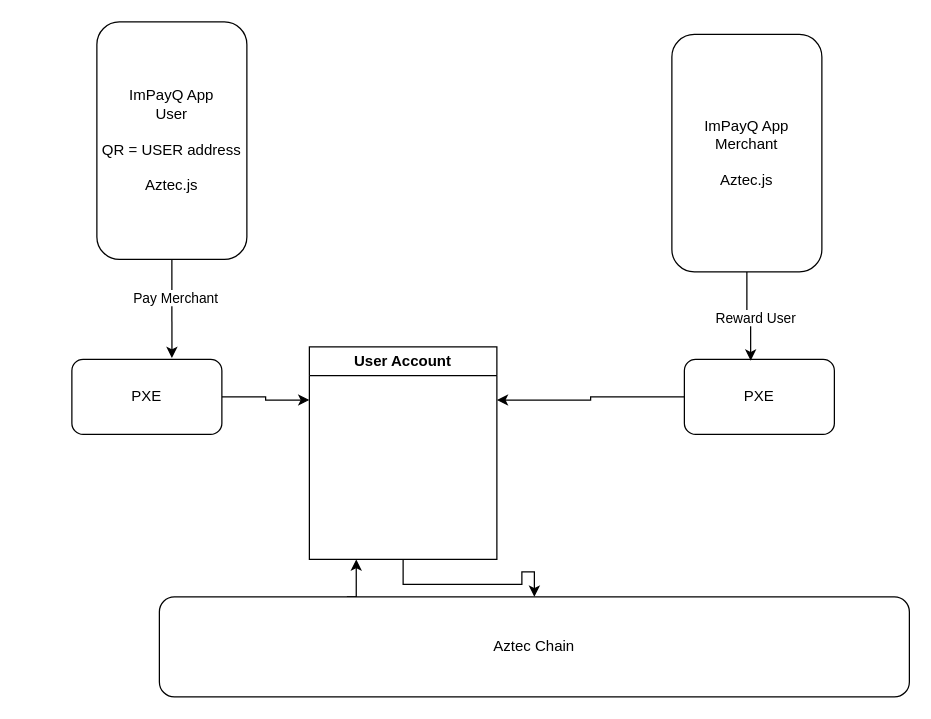
Above: ImPayQ.drawio in ChanX21/Diagrams (draw.io), before the change. Source tidied: cells renumbered, new cells numbered last; positions are measured from the earlier drawing's top-left corner, leaving out a move shared by most shapes. Both pictures are drawn from the tidied source at 125%, with x=0, y=0 at pixel (71, 21).
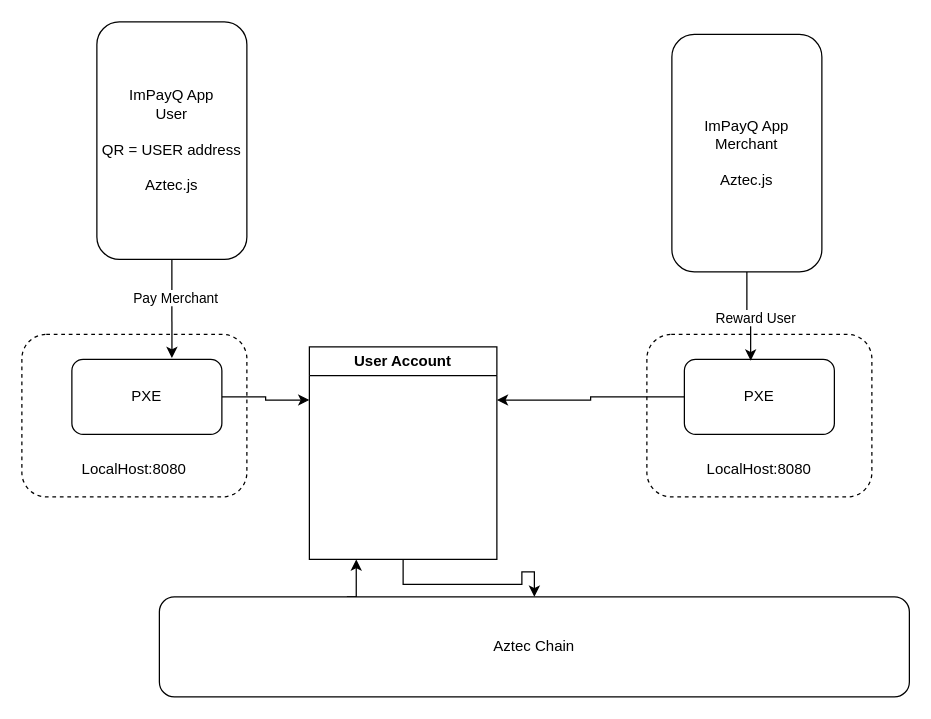
After the change.

What changed in the source:
```diff
@@
 <mxGraphModel>
   <root>
     <mxCell id="0" />
     <mxCell id="1" parent="0" />
+    <mxCell id="16" value="&lt;div&gt;&lt;br&gt;&lt;/div&gt;&lt;div&gt;&lt;br&gt;&lt;/div&gt;&lt;div&gt;&lt;br&gt;&lt;/div&gt;&lt;div&gt;&lt;br&gt;&lt;/div&gt;&lt;div&gt;&lt;br&gt;&lt;/div&gt;&lt;div&gt;&lt;br&gt;&lt;/div&gt;&lt;div&gt;LocalHost:8080&lt;/div&gt;" style="rounded=1;whiteSpace=wrap;html=1;dashed=1;" parent="1" vertex="1">
+      <mxGeometry x="460" y="250" width="180" height="130" as="geometry" />
+    </mxCell>
+    <mxCell id="17" value="&lt;div&gt;&lt;br&gt;&lt;/div&gt;&lt;div&gt;&lt;br&gt;&lt;/div&gt;&lt;div&gt;&lt;br&gt;&lt;/div&gt;&lt;div&gt;&lt;br&gt;&lt;/div&gt;&lt;div&gt;&lt;br&gt;&lt;/div&gt;&lt;div&gt;&lt;br&gt;&lt;/div&gt;&lt;div&gt;LocalHost:8080&lt;/div&gt;" style="rounded=1;whiteSpace=wrap;html=1;dashed=1;" parent="1" vertex="1">
+      <mxGeometry x="-40" y="250" width="180" height="130" as="geometry" />
+    </mxCell>
     <mxCell id="2" value="ImPayQ App&lt;div&gt;User&lt;br&gt;&lt;/div&gt;&lt;div&gt;&lt;br&gt;&lt;/div&gt;&lt;div&gt;QR = USER address&lt;/div&gt;&lt;div&gt;&lt;br&gt;&lt;/div&gt;&lt;div&gt;Aztec.js&lt;/div&gt;" style="rounded=1;whiteSpace=wrap;html=1;" parent="1" vertex="1">
       <mxGeometry x="20" width="120" height="190" as="geometry" />
     </mxCell>
     <mxCell id="3" value="ImPayQ App&lt;div&gt;Merchant&lt;/div&gt;&lt;div&gt;&lt;br&gt;&lt;/div&gt;&lt;div&gt;Aztec.js&lt;/div&gt;" style="rounded=1;whiteSpace=wrap;html=1;" parent="1" vertex="1">
       <mxGeometry x="480" y="10" width="120" height="190" as="geometry" />
     </mxCell>
     <mxCell id="4" style="edgeStyle=orthogonalEdgeStyle;rounded=0;jettySize=auto;html=1;exitX=0.25;exitY=0;exitDx=0;exitDy=0;entryX=0.25;entryY=1;entryDx=0;entryDy=0;" parent="1" edge="1" source="5" target="7">
       <mxGeometry relative="1" as="geometry" />
     </mxCell>
     <mxCell id="5" value="Aztec Chain" style="rounded=1;whiteSpace=wrap;html=1;" parent="1" vertex="1">
       <mxGeometry x="70" y="460" width="600" height="80" as="geometry" />
     </mxCell>
     <mxCell id="6" style="edgeStyle=orthogonalEdgeStyle;rounded=0;jettySize=auto;html=1;" parent="1" edge="1" source="7" target="5">
       <mxGeometry relative="1" as="geometry" />
     </mxCell>
     <mxCell id="7" value="User Account" style="swimlane;whiteSpace=wrap;html=1;" parent="1" vertex="1">
       <mxGeometry x="190" y="260" width="150" height="170" as="geometry" />
     </mxCell>
     <mxCell id="8" style="edgeStyle=orthogonalEdgeStyle;rounded=0;jettySize=auto;html=1;exitX=1;exitY=0.5;exitDx=0;exitDy=0;entryX=0;entryY=0.25;entryDx=0;entryDy=0;" parent="1" edge="1" source="9" target="7">
       <mxGeometry relative="1" as="geometry" />
     </mxCell>
     <mxCell id="9" value="PXE" style="rounded=1;whiteSpace=wrap;html=1;" parent="1" vertex="1">
       <mxGeometry y="270" width="120" height="60" as="geometry" />
     </mxCell>
     <mxCell id="10" style="edgeStyle=orthogonalEdgeStyle;rounded=0;jettySize=auto;html=1;exitX=0;exitY=0.5;exitDx=0;exitDy=0;entryX=1;entryY=0.25;entryDx=0;entryDy=0;" parent="1" edge="1" source="11" target="7">
       <mxGeometry relative="1" as="geometry" />
     </mxCell>
     <mxCell id="11" value="PXE" style="rounded=1;whiteSpace=wrap;html=1;" parent="1" vertex="1">
       <mxGeometry x="490" y="270" width="120" height="60" as="geometry" />
     </mxCell>
     <mxCell id="12" style="edgeStyle=orthogonalEdgeStyle;rounded=0;jettySize=auto;html=1;exitX=0.5;exitY=1;exitDx=0;exitDy=0;entryX=0.667;entryY=-0.017;entryDx=0;entryDy=0;entryPerimeter=0;" parent="1" edge="1" source="2" target="9">
       <mxGeometry relative="1" as="geometry" />
     </mxCell>
     <mxCell id="13" value="Pay Merchant" style="edgeLabel;html=1;align=center;verticalAlign=middle;" parent="12" vertex="1">
       <mxGeometry x="-0.21" y="2" relative="1" as="geometry" />
     </mxCell>
     <mxCell id="14" style="edgeStyle=orthogonalEdgeStyle;rounded=0;jettySize=auto;html=1;exitX=0.5;exitY=1;exitDx=0;exitDy=0;entryX=0.442;entryY=0.017;entryDx=0;entryDy=0;entryPerimeter=0;" parent="1" edge="1" source="3" target="11">
       <mxGeometry relative="1" as="geometry" />
     </mxCell>
     <mxCell id="15" value="Reward User" style="edgeLabel;html=1;align=center;verticalAlign=middle;" parent="14" vertex="1">
       <mxGeometry x="0.08" y="3" relative="1" as="geometry" />
     </mxCell>
   </root>
 </mxGraphModel>
```
